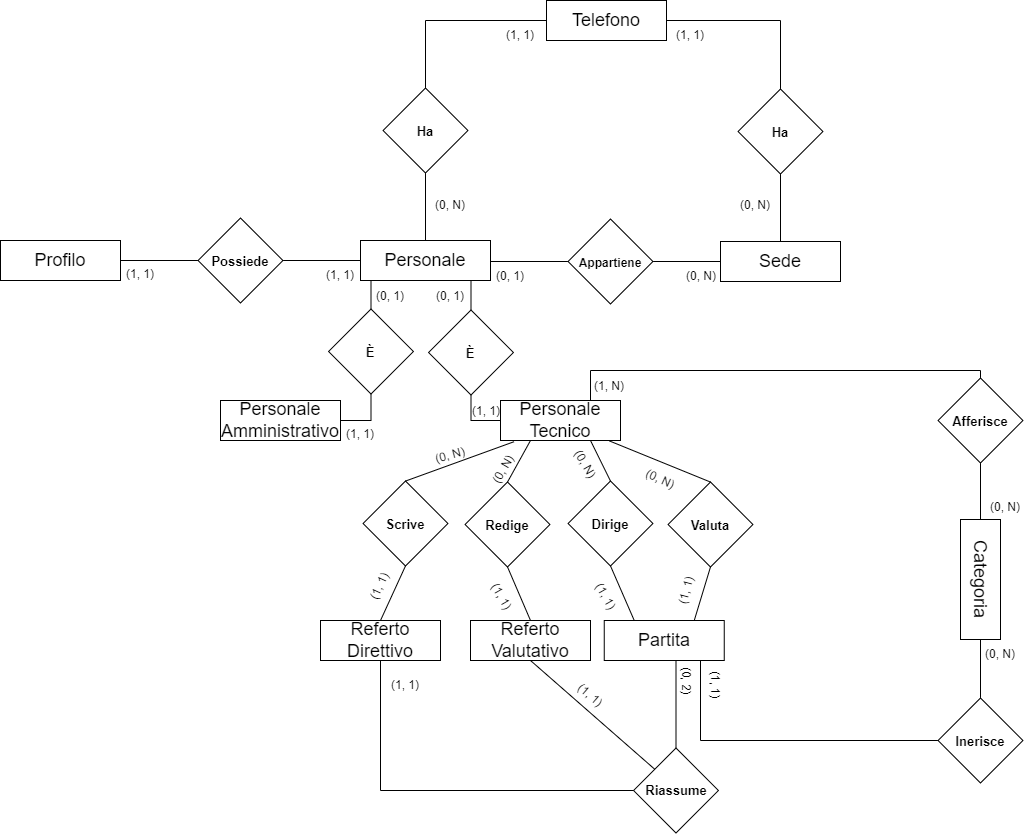
Earlier version of the draw.io export ERDiagram/WhistleERRistrutturato.drawio.png (savernike/DiagramsSet). Source tidied: cells renumbered, new cells last; positions are measured from the earlier drawing's top-left corner, leaving out a move shared by most shapes.
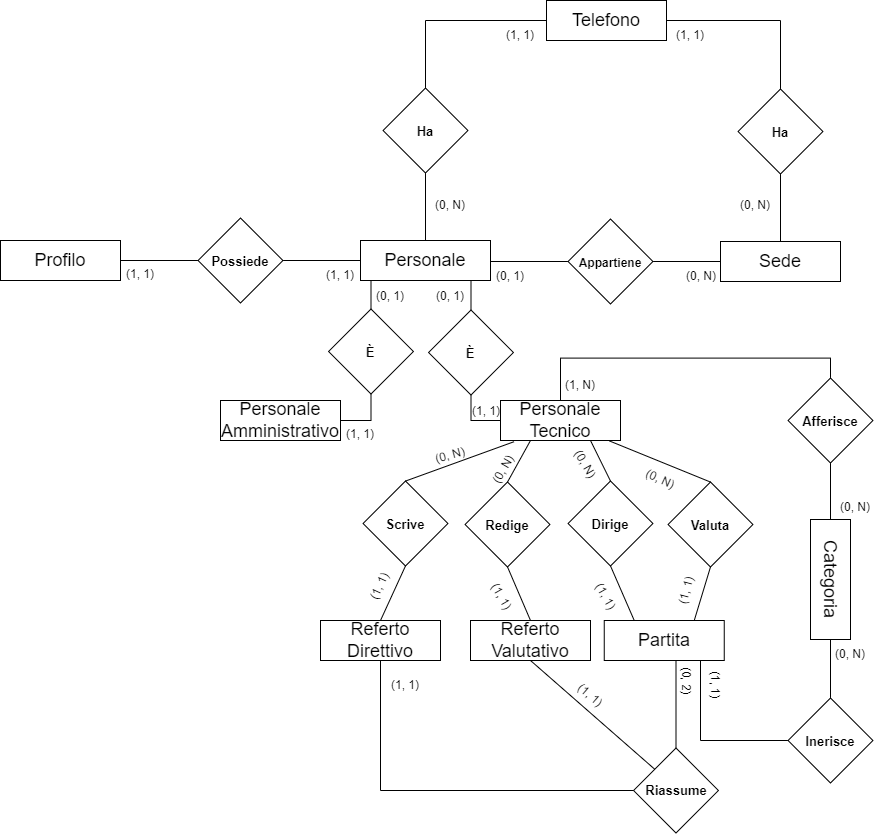
After the change.

Commit message:
Restringimento spazi

Diff of the diagram source:
```diff
@@ -52,17 +52,12 @@
     <mxCell id="17" value="&lt;font style=&quot;font-size: 18px;&quot;&gt;Personale&lt;br&gt;Amministrativo&lt;br&gt;&lt;/font&gt;" style="rounded=0;whiteSpace=wrap;html=1;fontFamily=Helvetica;fontSize=11;fontColor=default;" parent="1" vertex="1">
       <mxGeometry x="220" y="400" width="120" height="40" as="geometry" />
     </mxCell>
+    <mxCell id="19" style="edgeStyle=orthogonalEdgeStyle;shape=connector;rounded=0;jettySize=auto;html=1;exitX=0;exitY=0.5;exitDx=0;exitDy=0;entryX=1;entryY=1;entryDx=0;entryDy=0;labelBackgroundColor=default;strokeColor=default;fontFamily=Helvetica;fontSize=11;fontColor=default;endArrow=none;endFill=0;" parent="1" edge="1" source="20" target="83">
+      <mxGeometry relative="1" as="geometry" />
+    </mxCell>
-    <mxCell id="18" style="edgeStyle=orthogonalEdgeStyle;shape=connector;rounded=0;jettySize=auto;html=1;exitX=0.75;exitY=0;exitDx=0;exitDy=0;entryX=0;entryY=0;entryDx=0;entryDy=0;labelBackgroundColor=default;strokeColor=default;fontFamily=Helvetica;fontSize=11;fontColor=default;endArrow=none;endFill=0;" parent="1" edge="1" source="20" target="58">
-      <mxGeometry relative="1" as="geometry">
-        <Array as="points">
-          <mxPoint x="590" y="370" />
-          <mxPoint x="980" y="370" />
-        </Array>
-      </mxGeometry>
+    <mxCell id="18" style="edgeStyle=orthogonalEdgeStyle;rounded=0;jettySize=auto;html=1;exitX=0.5;exitY=0;exitDx=0;exitDy=0;entryX=0;entryY=0;entryDx=0;entryDy=0;endArrow=none;endFill=0;" parent="1" edge="1" source="20" target="58">
+      <mxGeometry relative="1" as="geometry" />
     </mxCell>
-    <mxCell id="19" style="edgeStyle=orthogonalEdgeStyle;shape=connector;rounded=0;jettySize=auto;html=1;exitX=0;exitY=0.5;exitDx=0;exitDy=0;entryX=1;entryY=1;entryDx=0;entryDy=0;labelBackgroundColor=default;strokeColor=default;fontFamily=Helvetica;fontSize=11;fontColor=default;endArrow=none;endFill=0;" parent="1" edge="1" source="20" target="83">
-      <mxGeometry relative="1" as="geometry" />
-    </mxCell>
     <mxCell id="20" value="&lt;font style=&quot;font-size: 18px;&quot;&gt;Personale&lt;br&gt;Tecnico&lt;br&gt;&lt;/font&gt;" style="rounded=0;whiteSpace=wrap;html=1;fontFamily=Helvetica;fontSize=11;fontColor=default;" parent="1" vertex="1">
       <mxGeometry x="500" y="400" width="120" height="40" as="geometry" />
     </mxCell>
@@ -187,34 +182,34 @@
       <mxGeometry relative="1" as="geometry" />
     </mxCell>
     <mxCell id="58" style="whiteSpace=wrap;html=1;fontFamily=Helvetica;fontSize=11;fontColor=default;rotation=45;" parent="1" vertex="1">
-      <mxGeometry x="950" y="390" width="60" height="60" as="geometry" />
+      <mxGeometry x="800" y="390" width="60" height="60" as="geometry" />
     </mxCell>
     <mxCell id="59" value="&lt;font style=&quot;font-size: 13px;&quot;&gt;&lt;b&gt;Afferisce&lt;/b&gt;&lt;/font&gt;" style="text;strokeColor=none;align=center;fillColor=none;html=1;verticalAlign=middle;whiteSpace=wrap;rounded=0;fontSize=11;fontFamily=Helvetica;fontColor=default;" parent="1" vertex="1">
-      <mxGeometry x="950" y="406.2" width="60" height="30" as="geometry" />
+      <mxGeometry x="800" y="406.2" width="60" height="30" as="geometry" />
     </mxCell>
     <mxCell id="60" style="edgeStyle=orthogonalEdgeStyle;shape=connector;rounded=0;jettySize=auto;html=1;exitX=0;exitY=0.5;exitDx=0;exitDy=0;entryX=0;entryY=0;entryDx=0;entryDy=0;labelBackgroundColor=default;strokeColor=default;fontFamily=Helvetica;fontSize=11;fontColor=default;endArrow=none;endFill=0;" parent="1" edge="1" source="61" target="62">
       <mxGeometry relative="1" as="geometry" />
     </mxCell>
     <mxCell id="61" value="&lt;font style=&quot;font-size: 18px;&quot;&gt;Categoria&lt;br&gt;&lt;/font&gt;" style="rounded=0;whiteSpace=wrap;html=1;fontFamily=Helvetica;fontSize=11;fontColor=default;direction=west;rotation=90;" parent="1" vertex="1">
-      <mxGeometry x="920" y="559" width="120" height="40" as="geometry" />
+      <mxGeometry x="770" y="559" width="120" height="40" as="geometry" />
     </mxCell>
     <mxCell id="62" style="whiteSpace=wrap;html=1;fontFamily=Helvetica;fontSize=11;fontColor=default;rotation=45;" parent="1" vertex="1">
-      <mxGeometry x="950" y="710" width="60" height="60" as="geometry" />
+      <mxGeometry x="800" y="710" width="60" height="60" as="geometry" />
     </mxCell>
     <mxCell id="63" value="&lt;font style=&quot;font-size: 13px;&quot;&gt;&lt;b&gt;Inerisce&lt;/b&gt;&lt;/font&gt;" style="text;strokeColor=none;align=center;fillColor=none;html=1;verticalAlign=middle;whiteSpace=wrap;rounded=0;fontSize=11;fontFamily=Helvetica;fontColor=default;" parent="1" vertex="1">
-      <mxGeometry x="950" y="726.2" width="60" height="30" as="geometry" />
+      <mxGeometry x="800" y="726.2" width="60" height="30" as="geometry" />
     </mxCell>
     <mxCell id="64" value="(1, N)" style="text;strokeColor=none;align=center;fillColor=none;html=1;verticalAlign=middle;whiteSpace=wrap;rounded=0;rotation=0;" parent="1" vertex="1">
-      <mxGeometry x="588.5" y="371.2" width="40" height="30" as="geometry" />
+      <mxGeometry x="560" y="370" width="40" height="30" as="geometry" />
     </mxCell>
     <mxCell id="65" value="(0, N)" style="text;strokeColor=none;align=center;fillColor=none;html=1;verticalAlign=middle;whiteSpace=wrap;rounded=0;rotation=0;" parent="1" vertex="1">
-      <mxGeometry x="985" y="491.9" width="40" height="30" as="geometry" />
+      <mxGeometry x="835" y="491.9" width="40" height="30" as="geometry" />
     </mxCell>
     <mxCell id="66" value="(1, 1)" style="text;strokeColor=none;align=center;fillColor=none;html=1;verticalAlign=middle;whiteSpace=wrap;rounded=0;rotation=90;" parent="1" vertex="1">
       <mxGeometry x="695" y="670" width="40" height="30" as="geometry" />
     </mxCell>
     <mxCell id="67" value="(0, N)" style="text;strokeColor=none;align=center;fillColor=none;html=1;verticalAlign=middle;whiteSpace=wrap;rounded=0;rotation=0;" parent="1" vertex="1">
-      <mxGeometry x="980" y="639" width="40" height="30" as="geometry" />
+      <mxGeometry x="830" y="639" width="40" height="30" as="geometry" />
     </mxCell>
     <mxCell id="68" value="(0, 2)" style="text;strokeColor=none;align=center;fillColor=none;html=1;verticalAlign=middle;whiteSpace=wrap;rounded=0;rotation=90;" parent="1" vertex="1">
       <mxGeometry x="665.5" y="665" width="40" height="30" as="geometry" />
```
